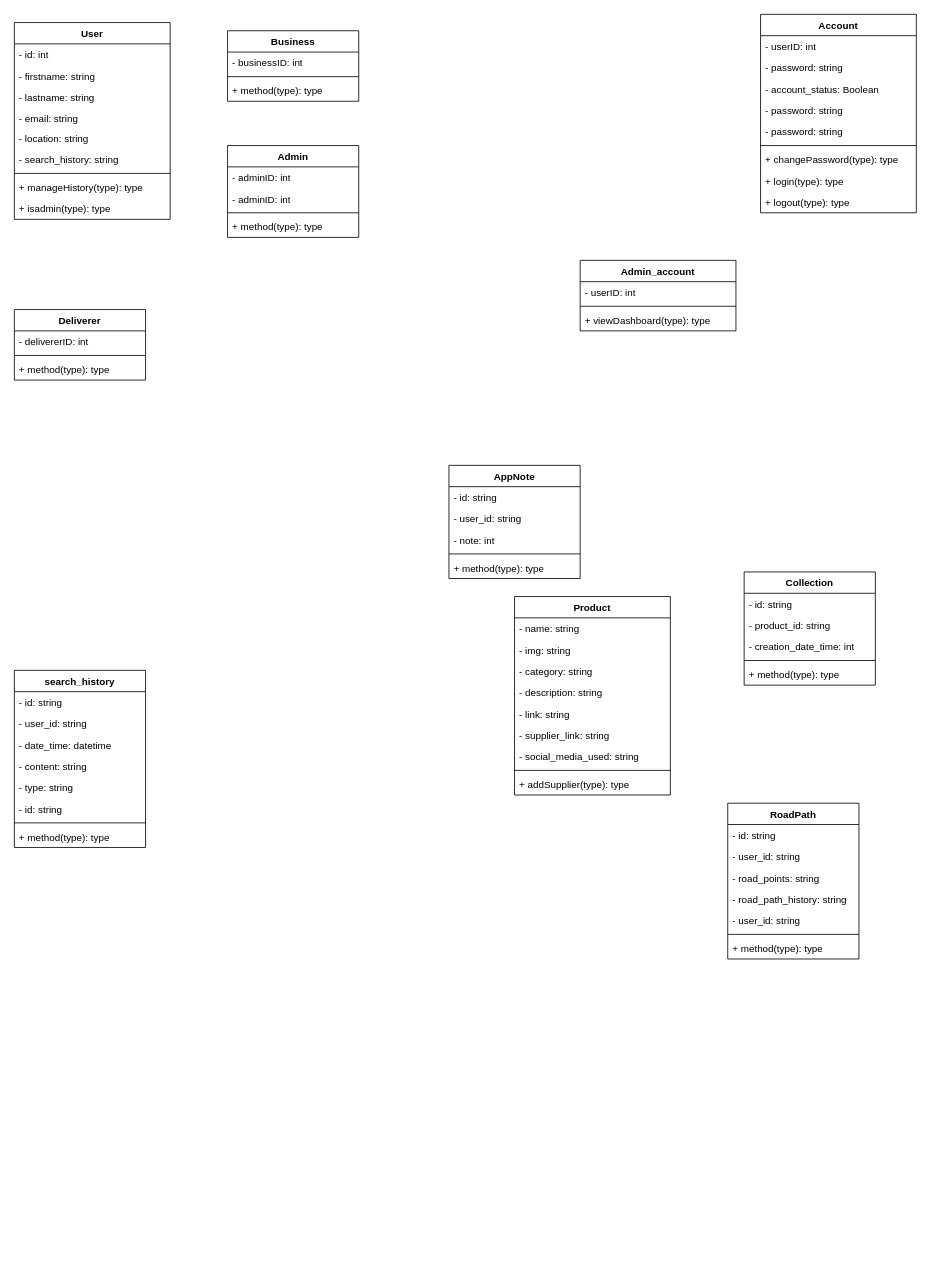
Valeryio/System-Draws keeps this draw.io diagram as page "class diagrams" (2 of 2) of Diagramme sans nom.drawio. Above is the earlier version. Source tidied: cells renumbered, new cells numbered last; positions are measured from the earlier drawing's top-left corner, leaving out a move shared by most shapes. Both pictures are drawn from the tidied source at 82%, with x=0, y=0 at pixel (14, 14).
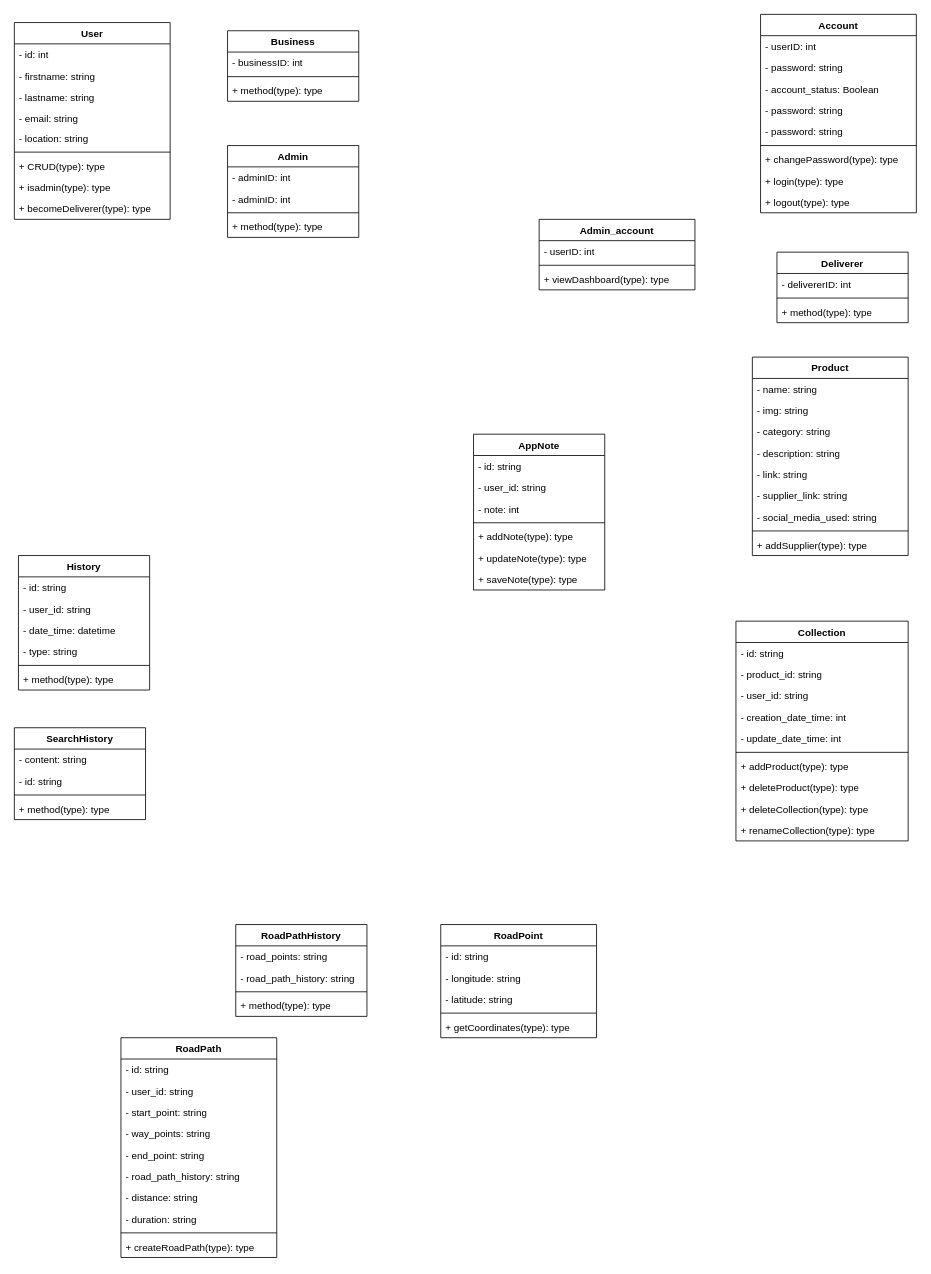
The same diagram, later.

Commit message (it also covers changes not shown here):
Mettre à jour Diagramme sans nom.drawio

Unchanged cells that the change refers to:
```xml
<mxCell id="2" value="User" style="swimlane;fontStyle=1;align=center;verticalAlign=top;horizontal=1;startSize=26;whiteSpace=wrap;html=1;" parent="1" vertex="1">
  <mxGeometry y="10" width="190" height="240" as="geometry" />
</mxCell>
```

The edit, as a diff of the source:
```diff
@@
-    <mxCell id="8" value="- search_history: string" style="text;strokeColor=none;fillColor=none;align=left;verticalAlign=top;spacingLeft=4;spacingRight=4;overflow=hidden;whiteSpace=wrap;html=1;" parent="2" vertex="1">
-      <mxGeometry y="154" width="190" height="26" as="geometry" />
-    </mxCell>
     <mxCell id="9" style="line;strokeWidth=1;fillColor=none;align=left;verticalAlign=middle;spacingTop=-1;spacingLeft=3;spacingRight=3;labelPosition=right;strokeColor=inherit;" parent="2" vertex="1">
-      <mxGeometry y="180" width="190" height="8" as="geometry" />
+      <mxGeometry y="154" width="190" height="8" as="geometry" />
     </mxCell>
-    <mxCell id="10" value="+ manageHistory(type): type" style="text;strokeColor=none;fillColor=none;align=left;verticalAlign=top;spacingLeft=4;spacingRight=4;overflow=hidden;whiteSpace=wrap;html=1;" parent="2" vertex="1">
-      <mxGeometry y="188" width="190" height="26" as="geometry" />
+    <mxCell id="10" value="+ CRUD(type): type" style="text;strokeColor=none;fillColor=none;align=left;verticalAlign=top;spacingLeft=4;spacingRight=4;overflow=hidden;whiteSpace=wrap;html=1;" parent="2" vertex="1">
+      <mxGeometry y="162" width="190" height="26" as="geometry" />
     </mxCell>
     <mxCell id="11" value="+ isadmin(type): type" style="text;strokeColor=none;fillColor=none;align=left;verticalAlign=top;spacingLeft=4;spacingRight=4;overflow=hidden;whiteSpace=wrap;html=1;" parent="2" vertex="1">
-      <mxGeometry y="214" width="190" height="26" as="geometry" />
+      <mxGeometry y="188" width="190" height="26" as="geometry" />
     </mxCell>
+    <mxCell id="78" value="+ becomeDeliverer(type): type" style="text;strokeColor=none;fillColor=none;align=left;verticalAlign=top;spacingLeft=4;spacingRight=4;overflow=hidden;whiteSpace=wrap;html=1;" parent="2" vertex="1">
+      <mxGeometry y="214" width="190" height="26" as="geometry" />
+    </mxCell>
@@
     <mxCell id="21" value="Product" style="swimlane;fontStyle=1;align=center;verticalAlign=top;horizontal=1;startSize=26;whiteSpace=wrap;html=1;" parent="1" vertex="1">
-      <mxGeometry x="610" y="710" width="190" height="242" as="geometry" />
+      <mxGeometry x="900" y="418" width="190" height="242" as="geometry" />
     </mxCell>
@@
     <mxCell id="31" value="Deliverer" style="swimlane;fontStyle=1;align=center;verticalAlign=top;horizontal=1;startSize=26;whiteSpace=wrap;html=1;" parent="1" vertex="1">
-      <mxGeometry y="360" width="160" height="86" as="geometry" />
+      <mxGeometry x="930" y="290" width="160" height="86" as="geometry" />
     </mxCell>
@@
     <mxCell id="45" value="RoadPath&lt;div&gt;&lt;br&gt;&lt;/div&gt;" style="swimlane;fontStyle=1;align=center;verticalAlign=top;horizontal=1;startSize=26;whiteSpace=wrap;html=1;" parent="1" vertex="1">
-      <mxGeometry x="870" y="962" width="160" height="190" as="geometry" />
+      <mxGeometry x="130" y="1248" width="190" height="268" as="geometry" />
     </mxCell>
     <mxCell id="46" value="- id: string" style="text;strokeColor=none;fillColor=none;align=left;verticalAlign=top;spacingLeft=4;spacingRight=4;overflow=hidden;whiteSpace=wrap;html=1;" parent="45" vertex="1">
-      <mxGeometry y="26" width="160" height="26" as="geometry" />
+      <mxGeometry y="26" width="190" height="26" as="geometry" />
     </mxCell>
     <mxCell id="47" value="- user_id: string" style="text;strokeColor=none;fillColor=none;align=left;verticalAlign=top;spacingLeft=4;spacingRight=4;overflow=hidden;whiteSpace=wrap;html=1;" parent="45" vertex="1">
-      <mxGeometry y="52" width="160" height="26" as="geometry" />
+      <mxGeometry y="52" width="190" height="26" as="geometry" />
     </mxCell>
+    <mxCell id="79" value="- start_point: string" style="text;strokeColor=none;fillColor=none;align=left;verticalAlign=top;spacingLeft=4;spacingRight=4;overflow=hidden;whiteSpace=wrap;html=1;" parent="45" vertex="1">
+      <mxGeometry y="78" width="190" height="26" as="geometry" />
+    </mxCell>
+    <mxCell id="80" value="- way_points: string" style="text;strokeColor=none;fillColor=none;align=left;verticalAlign=top;spacingLeft=4;spacingRight=4;overflow=hidden;whiteSpace=wrap;html=1;" parent="45" vertex="1">
+      <mxGeometry y="104" width="190" height="26" as="geometry" />
+    </mxCell>
-    <mxCell id="48" value="- road_points&lt;span style=&quot;background-color: initial;&quot;&gt;: string&lt;/span&gt;" style="text;strokeColor=none;fillColor=none;align=left;verticalAlign=top;spacingLeft=4;spacingRight=4;overflow=hidden;whiteSpace=wrap;html=1;" parent="45" vertex="1">
-      <mxGeometry y="78" width="160" height="26" as="geometry" />
+    <mxCell id="48" value="- end_point&lt;span style=&quot;background-color: initial;&quot;&gt;: string&lt;/span&gt;" style="text;strokeColor=none;fillColor=none;align=left;verticalAlign=top;spacingLeft=4;spacingRight=4;overflow=hidden;whiteSpace=wrap;html=1;" parent="45" vertex="1">
+      <mxGeometry y="130" width="190" height="26" as="geometry" />
     </mxCell>
     <mxCell id="49" value="- road_path_history: string" style="text;strokeColor=none;fillColor=none;align=left;verticalAlign=top;spacingLeft=4;spacingRight=4;overflow=hidden;whiteSpace=wrap;html=1;" parent="45" vertex="1">
-      <mxGeometry y="104" width="160" height="26" as="geometry" />
+      <mxGeometry y="156" width="190" height="26" as="geometry" />
     </mxCell>
-    <mxCell id="50" value="- user_id: string" style="text;strokeColor=none;fillColor=none;align=left;verticalAlign=top;spacingLeft=4;spacingRight=4;overflow=hidden;whiteSpace=wrap;html=1;" parent="45" vertex="1">
-      <mxGeometry y="130" width="160" height="26" as="geometry" />
+    <mxCell id="50" value="- distance: string" style="text;strokeColor=none;fillColor=none;align=left;verticalAlign=top;spacingLeft=4;spacingRight=4;overflow=hidden;whiteSpace=wrap;html=1;" parent="45" vertex="1">
+      <mxGeometry y="182" width="190" height="26" as="geometry" />
     </mxCell>
+    <mxCell id="81" value="- duration: string" style="text;strokeColor=none;fillColor=none;align=left;verticalAlign=top;spacingLeft=4;spacingRight=4;overflow=hidden;whiteSpace=wrap;html=1;" parent="45" vertex="1">
+      <mxGeometry y="208" width="190" height="26" as="geometry" />
+    </mxCell>
     <mxCell id="51" style="line;strokeWidth=1;fillColor=none;align=left;verticalAlign=middle;spacingTop=-1;spacingLeft=3;spacingRight=3;labelPosition=right;strokeColor=inherit;" parent="45" vertex="1">
-      <mxGeometry y="156" width="160" height="8" as="geometry" />
+      <mxGeometry y="234" width="190" height="8" as="geometry" />
     </mxCell>
-    <mxCell id="52" value="+ method(type): type" style="text;strokeColor=none;fillColor=none;align=left;verticalAlign=top;spacingLeft=4;spacingRight=4;overflow=hidden;whiteSpace=wrap;html=1;" parent="45" vertex="1">
-      <mxGeometry y="164" width="160" height="26" as="geometry" />
+    <mxCell id="52" value="+ createRoadPath(type): type" style="text;strokeColor=none;fillColor=none;align=left;verticalAlign=top;spacingLeft=4;spacingRight=4;overflow=hidden;whiteSpace=wrap;html=1;" parent="45" vertex="1">
+      <mxGeometry y="242" width="190" height="26" as="geometry" />
     </mxCell>
     <mxCell id="53" value="AppNote" style="swimlane;fontStyle=1;align=center;verticalAlign=top;horizontal=1;startSize=26;whiteSpace=wrap;html=1;" parent="1" vertex="1">
-      <mxGeometry x="530" y="550" width="160" height="138" as="geometry" />
+      <mxGeometry x="560" y="512" width="160" height="190" as="geometry" />
     </mxCell>
@@
-    <mxCell id="58" value="+ method(type): type" style="text;strokeColor=none;fillColor=none;align=left;verticalAlign=top;spacingLeft=4;spacingRight=4;overflow=hidden;whiteSpace=wrap;html=1;" parent="53" vertex="1">
+    <mxCell id="58" value="+ addNote(type): type" style="text;strokeColor=none;fillColor=none;align=left;verticalAlign=top;spacingLeft=4;spacingRight=4;overflow=hidden;whiteSpace=wrap;html=1;" parent="53" vertex="1">
       <mxGeometry y="112" width="160" height="26" as="geometry" />
     </mxCell>
+    <mxCell id="82" value="+ updateNote(type): type" style="text;strokeColor=none;fillColor=none;align=left;verticalAlign=top;spacingLeft=4;spacingRight=4;overflow=hidden;whiteSpace=wrap;html=1;" parent="53" vertex="1">
+      <mxGeometry y="138" width="160" height="26" as="geometry" />
+    </mxCell>
+    <mxCell id="83" value="+ saveNote(type): type" style="text;strokeColor=none;fillColor=none;align=left;verticalAlign=top;spacingLeft=4;spacingRight=4;overflow=hidden;whiteSpace=wrap;html=1;" parent="53" vertex="1">
+      <mxGeometry y="164" width="160" height="26" as="geometry" />
+    </mxCell>
-    <mxCell id="59" value="&lt;div&gt;&lt;span style=&quot;background-color: initial;&quot;&gt;search_history&lt;/span&gt;&lt;/div&gt;" style="swimlane;fontStyle=1;align=center;verticalAlign=top;horizontal=1;startSize=26;whiteSpace=wrap;html=1;" parent="1" vertex="1">
-      <mxGeometry y="800" width="160" height="216" as="geometry" />
+    <mxCell id="59" value="&lt;div&gt;&lt;span style=&quot;background-color: initial;&quot;&gt;History&lt;/span&gt;&lt;/div&gt;" style="swimlane;fontStyle=1;align=center;verticalAlign=top;horizontal=1;startSize=26;whiteSpace=wrap;html=1;" parent="1" vertex="1">
+      <mxGeometry x="5" y="660" width="160" height="164" as="geometry" />
     </mxCell>
@@
-    <mxCell id="63" value="- content: string" style="text;strokeColor=none;fillColor=none;align=left;verticalAlign=top;spacingLeft=4;spacingRight=4;overflow=hidden;whiteSpace=wrap;html=1;" parent="59" vertex="1">
-      <mxGeometry y="104" width="160" height="26" as="geometry" />
-    </mxCell>
     <mxCell id="64" value="- type: string" style="text;strokeColor=none;fillColor=none;align=left;verticalAlign=top;spacingLeft=4;spacingRight=4;overflow=hidden;whiteSpace=wrap;html=1;" parent="59" vertex="1">
-      <mxGeometry y="130" width="160" height="26" as="geometry" />
+      <mxGeometry y="104" width="160" height="26" as="geometry" />
     </mxCell>
-    <mxCell id="65" value="- id: string" style="text;strokeColor=none;fillColor=none;align=left;verticalAlign=top;spacingLeft=4;spacingRight=4;overflow=hidden;whiteSpace=wrap;html=1;" parent="59" vertex="1">
-      <mxGeometry y="156" width="160" height="26" as="geometry" />
-    </mxCell>
     <mxCell id="66" style="line;strokeWidth=1;fillColor=none;align=left;verticalAlign=middle;spacingTop=-1;spacingLeft=3;spacingRight=3;labelPosition=right;strokeColor=inherit;" parent="59" vertex="1">
-      <mxGeometry y="182" width="160" height="8" as="geometry" />
+      <mxGeometry y="130" width="160" height="8" as="geometry" />
     </mxCell>
     <mxCell id="67" value="+ method(type): type" style="text;strokeColor=none;fillColor=none;align=left;verticalAlign=top;spacingLeft=4;spacingRight=4;overflow=hidden;whiteSpace=wrap;html=1;" parent="59" vertex="1">
-      <mxGeometry y="190" width="160" height="26" as="geometry" />
+      <mxGeometry y="138" width="160" height="26" as="geometry" />
     </mxCell>
     <mxCell id="68" value="Collection" style="swimlane;fontStyle=1;align=center;verticalAlign=top;horizontal=1;startSize=26;whiteSpace=wrap;html=1;" parent="1" vertex="1">
-      <mxGeometry x="890" y="680" width="160" height="138" as="geometry" />
+      <mxGeometry x="880" y="740" width="210" height="268" as="geometry" />
     </mxCell>
     <mxCell id="69" value="- id: string" style="text;strokeColor=none;fillColor=none;align=left;verticalAlign=top;spacingLeft=4;spacingRight=4;overflow=hidden;whiteSpace=wrap;html=1;" parent="68" vertex="1">
-      <mxGeometry y="26" width="160" height="26" as="geometry" />
+      <mxGeometry y="26" width="210" height="26" as="geometry" />
     </mxCell>
     <mxCell id="70" value="- product_id: string" style="text;strokeColor=none;fillColor=none;align=left;verticalAlign=top;spacingLeft=4;spacingRight=4;overflow=hidden;whiteSpace=wrap;html=1;" parent="68" vertex="1">
-      <mxGeometry y="52" width="160" height="26" as="geometry" />
+      <mxGeometry y="52" width="210" height="26" as="geometry" />
     </mxCell>
+    <mxCell id="84" value="- user_id: string" style="text;strokeColor=none;fillColor=none;align=left;verticalAlign=top;spacingLeft=4;spacingRight=4;overflow=hidden;whiteSpace=wrap;html=1;" parent="68" vertex="1">
+      <mxGeometry y="78" width="210" height="26" as="geometry" />
+    </mxCell>
     <mxCell id="71" value="- creation_date_time: int" style="text;strokeColor=none;fillColor=none;align=left;verticalAlign=top;spacingLeft=4;spacingRight=4;overflow=hidden;whiteSpace=wrap;html=1;" parent="68" vertex="1">
-      <mxGeometry y="78" width="160" height="26" as="geometry" />
+      <mxGeometry y="104" width="210" height="26" as="geometry" />
     </mxCell>
+    <mxCell id="85" value="- update_date_time: int" style="text;strokeColor=none;fillColor=none;align=left;verticalAlign=top;spacingLeft=4;spacingRight=4;overflow=hidden;whiteSpace=wrap;html=1;" parent="68" vertex="1">
+      <mxGeometry y="130" width="210" height="26" as="geometry" />
+    </mxCell>
     <mxCell id="72" style="line;strokeWidth=1;fillColor=none;align=left;verticalAlign=middle;spacingTop=-1;spacingLeft=3;spacingRight=3;labelPosition=right;strokeColor=inherit;" parent="68" vertex="1">
-      <mxGeometry y="104" width="160" height="8" as="geometry" />
+      <mxGeometry y="156" width="210" height="8" as="geometry" />
     </mxCell>
-    <mxCell id="73" value="+ method(type): type" style="text;strokeColor=none;fillColor=none;align=left;verticalAlign=top;spacingLeft=4;spacingRight=4;overflow=hidden;whiteSpace=wrap;html=1;" parent="68" vertex="1">
-      <mxGeometry y="112" width="160" height="26" as="geometry" />
+    <mxCell id="73" value="+ addProduct(type): type" style="text;strokeColor=none;fillColor=none;align=left;verticalAlign=top;spacingLeft=4;spacingRight=4;overflow=hidden;whiteSpace=wrap;html=1;" parent="68" vertex="1">
+      <mxGeometry y="164" width="210" height="26" as="geometry" />
     </mxCell>
+    <mxCell id="86" value="+ deleteProduct(type): type" style="text;strokeColor=none;fillColor=none;align=left;verticalAlign=top;spacingLeft=4;spacingRight=4;overflow=hidden;whiteSpace=wrap;html=1;" parent="68" vertex="1">
+      <mxGeometry y="190" width="210" height="26" as="geometry" />
+    </mxCell>
+    <mxCell id="87" value="+ deleteCollection(type): type" style="text;strokeColor=none;fillColor=none;align=left;verticalAlign=top;spacingLeft=4;spacingRight=4;overflow=hidden;whiteSpace=wrap;html=1;" parent="68" vertex="1">
+      <mxGeometry y="216" width="210" height="26" as="geometry" />
+    </mxCell>
+    <mxCell id="88" value="+ renameCollection(type): type" style="text;strokeColor=none;fillColor=none;align=left;verticalAlign=top;spacingLeft=4;spacingRight=4;overflow=hidden;whiteSpace=wrap;html=1;" parent="68" vertex="1">
+      <mxGeometry y="242" width="210" height="26" as="geometry" />
+    </mxCell>
     <mxCell id="74" value="Admin_account" style="swimlane;fontStyle=1;align=center;verticalAlign=top;horizontal=1;startSize=26;whiteSpace=wrap;html=1;" parent="1" vertex="1">
-      <mxGeometry x="690" y="300" width="190" height="86" as="geometry" />
+      <mxGeometry x="640" y="250" width="190" height="86" as="geometry" />
     </mxCell>
@@
+    <mxCell id="89" value="&lt;div&gt;&lt;span style=&quot;background-color: initial;&quot;&gt;SearchHistory&lt;/span&gt;&lt;/div&gt;" style="swimlane;fontStyle=1;align=center;verticalAlign=top;horizontal=1;startSize=26;whiteSpace=wrap;html=1;" parent="1" vertex="1">
+      <mxGeometry y="870" width="160" height="112" as="geometry" />
+    </mxCell>
+    <mxCell id="63" value="- content: string" style="text;strokeColor=none;fillColor=none;align=left;verticalAlign=top;spacingLeft=4;spacingRight=4;overflow=hidden;whiteSpace=wrap;html=1;" parent="89" vertex="1">
+      <mxGeometry y="26" width="160" height="26" as="geometry" />
+    </mxCell>
+    <mxCell id="90" value="- id: string" style="text;strokeColor=none;fillColor=none;align=left;verticalAlign=top;spacingLeft=4;spacingRight=4;overflow=hidden;whiteSpace=wrap;html=1;" parent="89" vertex="1">
+      <mxGeometry y="52" width="160" height="26" as="geometry" />
+    </mxCell>
+    <mxCell id="91" style="line;strokeWidth=1;fillColor=none;align=left;verticalAlign=middle;spacingTop=-1;spacingLeft=3;spacingRight=3;labelPosition=right;strokeColor=inherit;" parent="89" vertex="1">
+      <mxGeometry y="78" width="160" height="8" as="geometry" />
+    </mxCell>
+    <mxCell id="92" value="+ method(type): type" style="text;strokeColor=none;fillColor=none;align=left;verticalAlign=top;spacingLeft=4;spacingRight=4;overflow=hidden;whiteSpace=wrap;html=1;" parent="89" vertex="1">
+      <mxGeometry y="86" width="160" height="26" as="geometry" />
+    </mxCell>
+    <mxCell id="93" value="RoadPathHistory" style="swimlane;fontStyle=1;align=center;verticalAlign=top;horizontal=1;startSize=26;whiteSpace=wrap;html=1;" parent="1" vertex="1">
+      <mxGeometry x="270" y="1110" width="160" height="112" as="geometry" />
+    </mxCell>
+    <mxCell id="94" value="- road_points&lt;span style=&quot;background-color: initial;&quot;&gt;: string&lt;/span&gt;" style="text;strokeColor=none;fillColor=none;align=left;verticalAlign=top;spacingLeft=4;spacingRight=4;overflow=hidden;whiteSpace=wrap;html=1;" parent="93" vertex="1">
+      <mxGeometry y="26" width="160" height="26" as="geometry" />
+    </mxCell>
+    <mxCell id="95" value="- road_path_history: string" style="text;strokeColor=none;fillColor=none;align=left;verticalAlign=top;spacingLeft=4;spacingRight=4;overflow=hidden;whiteSpace=wrap;html=1;" parent="93" vertex="1">
+      <mxGeometry y="52" width="160" height="26" as="geometry" />
+    </mxCell>
+    <mxCell id="96" style="line;strokeWidth=1;fillColor=none;align=left;verticalAlign=middle;spacingTop=-1;spacingLeft=3;spacingRight=3;labelPosition=right;strokeColor=inherit;" parent="93" vertex="1">
+      <mxGeometry y="78" width="160" height="8" as="geometry" />
+    </mxCell>
+    <mxCell id="97" value="+ method(type): type" style="text;strokeColor=none;fillColor=none;align=left;verticalAlign=top;spacingLeft=4;spacingRight=4;overflow=hidden;whiteSpace=wrap;html=1;" parent="93" vertex="1">
+      <mxGeometry y="86" width="160" height="26" as="geometry" />
+    </mxCell>
+    <mxCell id="98" value="RoadPoint" style="swimlane;fontStyle=1;align=center;verticalAlign=top;horizontal=1;startSize=26;whiteSpace=wrap;html=1;" parent="1" vertex="1">
+      <mxGeometry x="520" y="1110" width="190" height="138" as="geometry" />
+    </mxCell>
+    <mxCell id="99" value="- id: string" style="text;strokeColor=none;fillColor=none;align=left;verticalAlign=top;spacingLeft=4;spacingRight=4;overflow=hidden;whiteSpace=wrap;html=1;" parent="98" vertex="1">
+      <mxGeometry y="26" width="190" height="26" as="geometry" />
+    </mxCell>
+    <mxCell id="100" value="- longitude: string" style="text;strokeColor=none;fillColor=none;align=left;verticalAlign=top;spacingLeft=4;spacingRight=4;overflow=hidden;whiteSpace=wrap;html=1;" parent="98" vertex="1">
+      <mxGeometry y="52" width="190" height="26" as="geometry" />
+    </mxCell>
+    <mxCell id="101" value="- latitude: string" style="text;strokeColor=none;fillColor=none;align=left;verticalAlign=top;spacingLeft=4;spacingRight=4;overflow=hidden;whiteSpace=wrap;html=1;" parent="98" vertex="1">
+      <mxGeometry y="78" width="190" height="26" as="geometry" />
+    </mxCell>
+    <mxCell id="102" style="line;strokeWidth=1;fillColor=none;align=left;verticalAlign=middle;spacingTop=-1;spacingLeft=3;spacingRight=3;labelPosition=right;strokeColor=inherit;" parent="98" vertex="1">
+      <mxGeometry y="104" width="190" height="8" as="geometry" />
+    </mxCell>
+    <mxCell id="103" value="+ getCoordinates(type): type" style="text;strokeColor=none;fillColor=none;align=left;verticalAlign=top;spacingLeft=4;spacingRight=4;overflow=hidden;whiteSpace=wrap;html=1;" parent="98" vertex="1">
+      <mxGeometry y="112" width="190" height="26" as="geometry" />
+    </mxCell>
```
